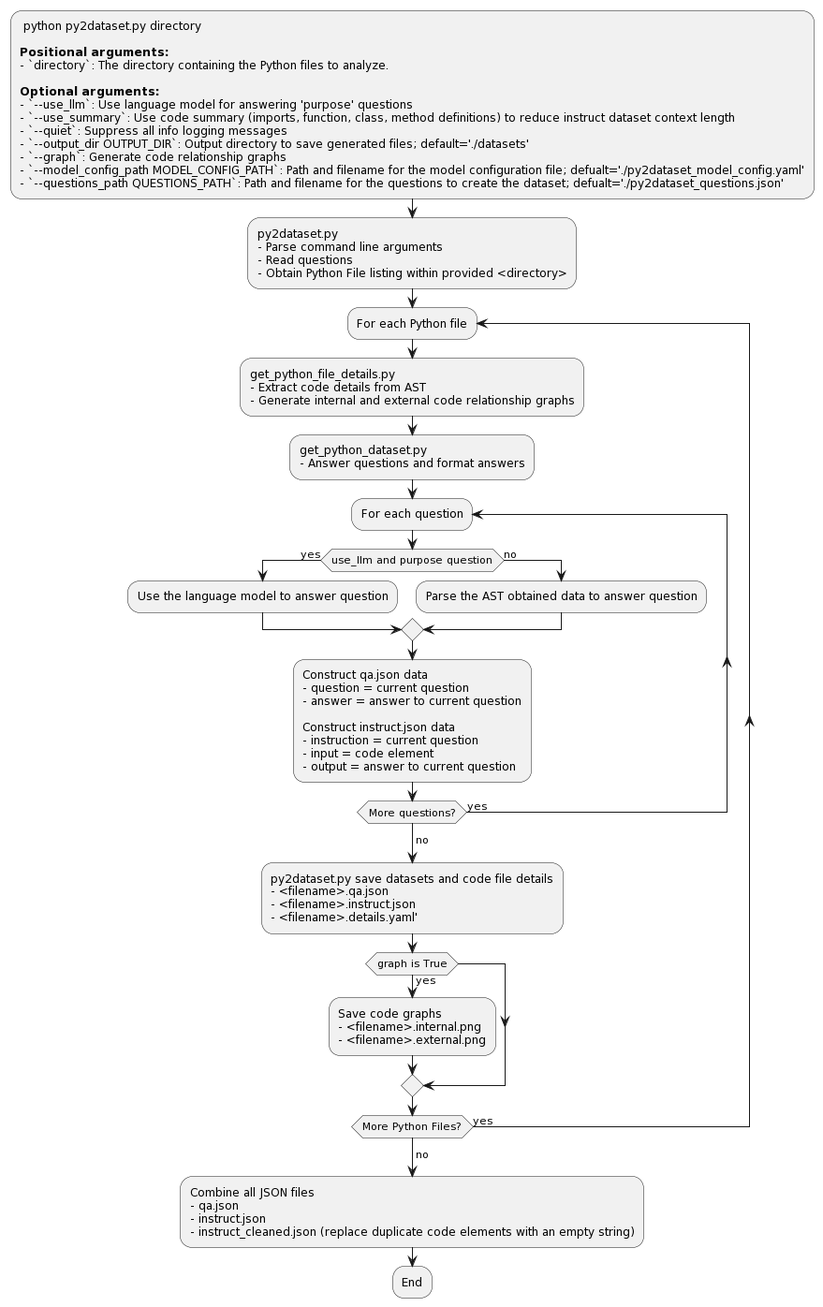
Before: py2dataset.png, a diagram exported from PlantUML (jeffmeloy/py2dataset).
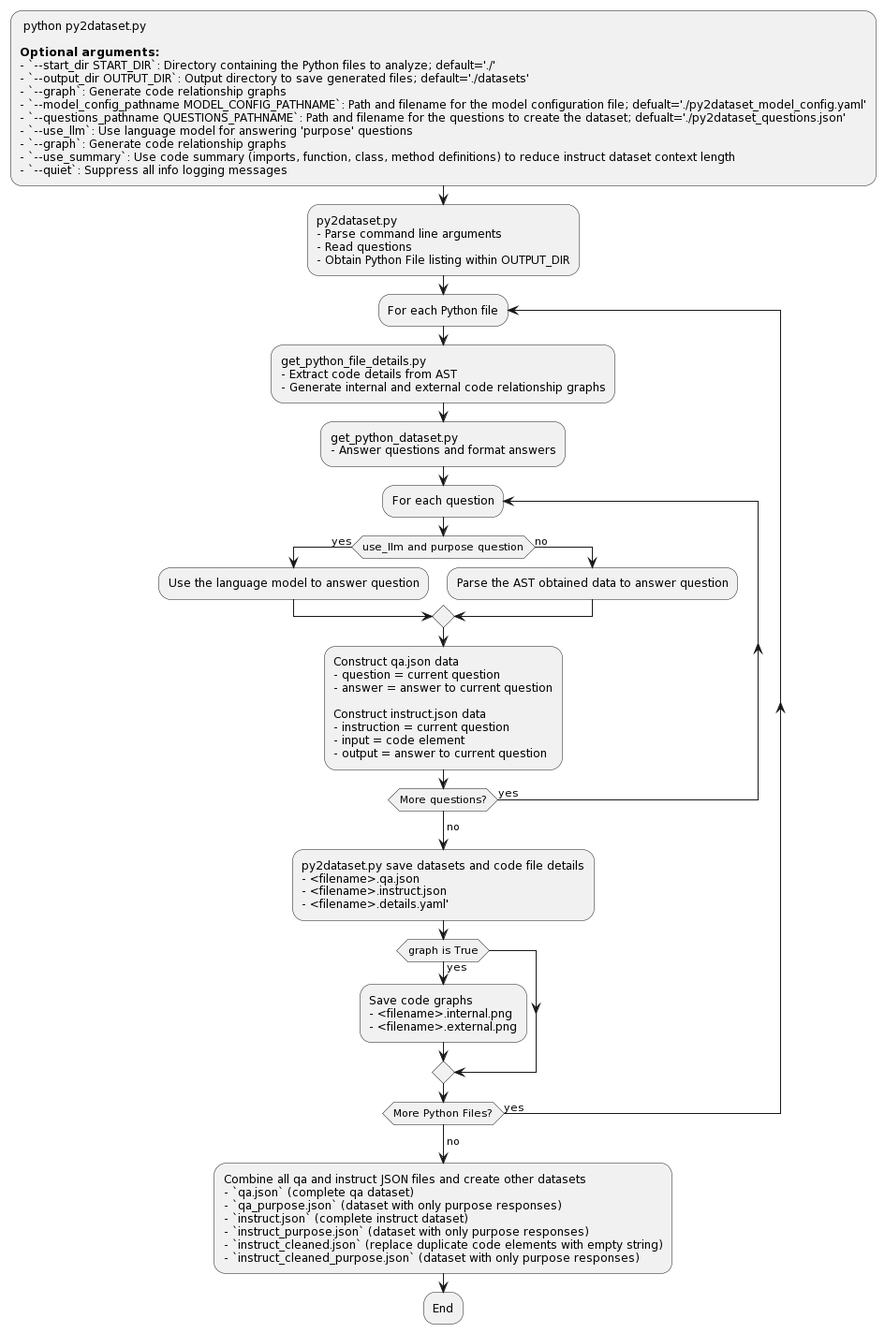
After the commit.

The edit, as a diff of the source:
```diff
@@ -1,21 +1,20 @@
 @startuml
-: python py2dataset.py directory
-
-**Positional arguments:**
-- `directory`: The directory containing the Python files to analyze.
+: python py2dataset.py
 
 **Optional arguments:**
-- `--use_llm`: Use language model for answering 'purpose' questions
-- `--use_summary`: Use code summary (imports, function, class, method definitions) to reduce instruct dataset context length
-- `--quiet`: Suppress all info logging messages
+- `--start_dir START_DIR`: Directory containing the Python files to analyze; default='./'
 - `--output_dir OUTPUT_DIR`: Output directory to save generated files; default='./datasets'
 - `--graph`: Generate code relationship graphs
-- `--model_config_path MODEL_CONFIG_PATH`: Path and filename for the model configuration file; defualt='./py2dataset_model_config.yaml'
-- `--questions_path QUESTIONS_PATH`: Path and filename for the questions to create the dataset; defualt='./py2dataset_questions.json';
+- `--model_config_pathname MODEL_CONFIG_PATHNAME`: Path and filename for the model configuration file; defualt='./py2dataset_model_config.yaml'
+- `--questions_pathname QUESTIONS_PATHNAME`: Path and filename for the questions to create the dataset; defualt='./py2dataset_questions.json'
+- `--use_llm`: Use language model for answering 'purpose' questions
+- `--graph`: Generate code relationship graphs
+- `--use_summary`: Use code summary (imports, function, class, method definitions) to reduce instruct dataset context length
+- `--quiet`: Suppress all info logging messages;
 :py2dataset.py
 - Parse command line arguments
 - Read questions
-- Obtain Python File listing within provided <directory>;
+- Obtain Python File listing within OUTPUT_DIR;
 Repeat :For each Python file;
 :get_python_file_details.py
 - Extract code details from AST
@@ -49,9 +48,12 @@
 endif
 Repeat while (More Python Files?) is (yes)
 ->no;
-:Combine all JSON files
-- qa.json
-- instruct.json
-- instruct_cleaned.json (replace duplicate code elements with an empty string);
+:Combine all qa and instruct JSON files and create other datasets
+- `qa.json` (complete qa dataset)
+- `qa_purpose.json` (dataset with only purpose responses)
+- `instruct.json` (complete instruct dataset)
+- `instruct_purpose.json` (dataset with only purpose responses)
+- `instruct_cleaned.json` (replace duplicate code elements with empty string)
+- `instruct_cleaned_purpose.json` (dataset with only purpose responses);
 :End;
 @enduml
```
